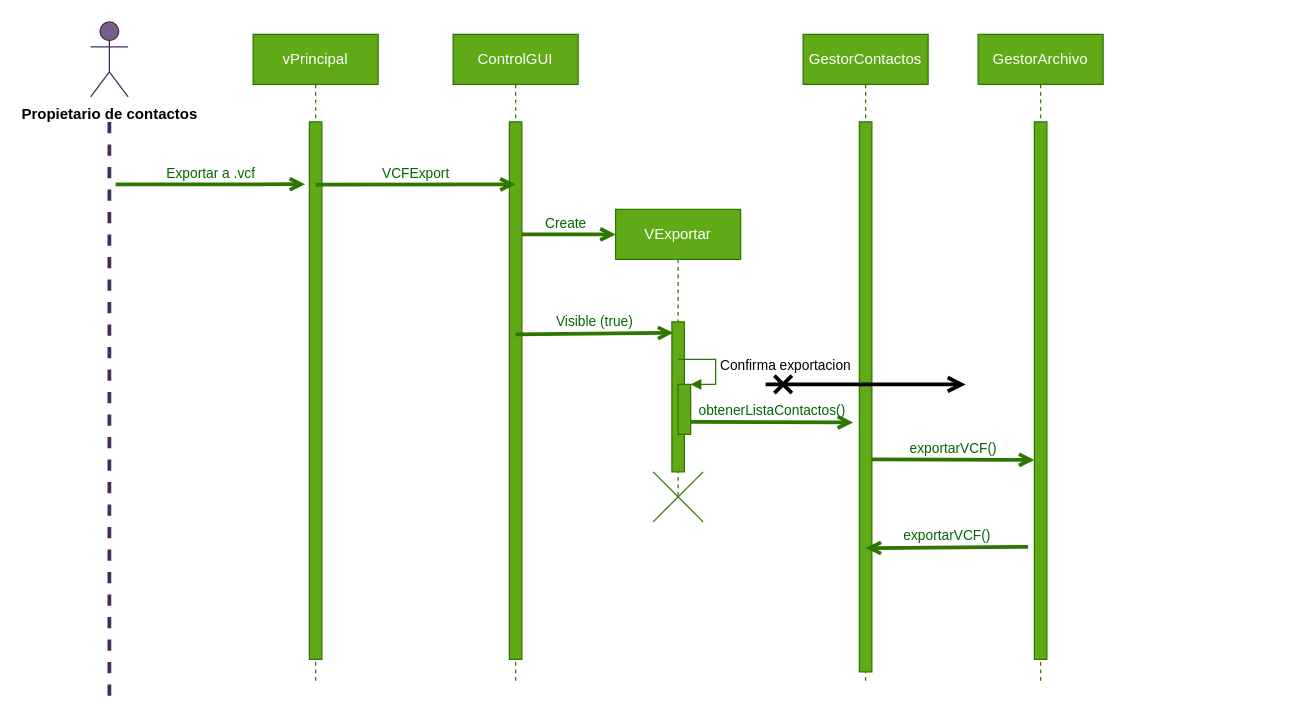
Earlier version of the draw.io diagram diagramas de secuencia/secuenciaC3.drawio (JuanCarlosGarciaZepeda/SmartScheduler). Source tidied: cells renumbered, new cells numbered last; positions are measured from the earlier drawing's top-left corner, leaving out a move shared by most shapes. Both pictures are drawn from the tidied source at 125%, with x=0, y=0 at pixel (90, 21).
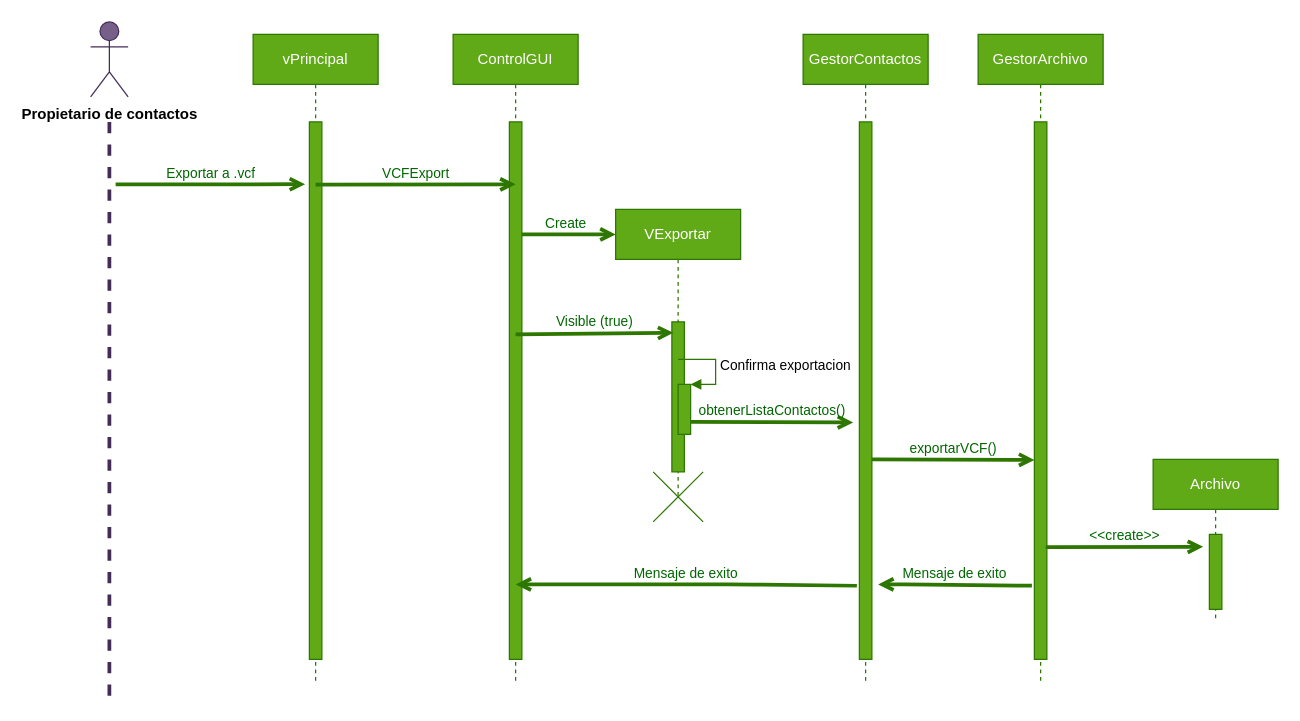
The same diagram, later.

Unchanged cells that the change refers to:
```xml
<mxCell id="17" value="GestorContactos" style="shape=umlLifeline;perimeter=lifelinePerimeter;whiteSpace=wrap;html=1;shadow=0;labelBackgroundColor=none;fontColor=#ffffff;fillColor=#60a917;strokeColor=#2D7600;" parent="1" vertex="1">
  <mxGeometry x="570" y="10" width="100" height="520" as="geometry" />
</mxCell>
<mxCell id="21" style="html=1;points=[];perimeter=orthogonalPerimeter;shadow=0;labelBackgroundColor=none;fontColor=#ffffff;fillColor=#60a917;strokeColor=#2D7600;" parent="20" vertex="1">
  <mxGeometry x="45" y="70" width="10" height="430" as="geometry" />
</mxCell>
```

What changed in the source:
```diff
@@
     <mxCell id="18" style="html=1;perimeter=orthogonalPerimeter;shadow=0;labelBackgroundColor=none;fontColor=#ffffff;fillColor=#60a917;strokeColor=#2D7600;" parent="17" vertex="1">
-      <mxGeometry x="45" y="70" width="10" height="440" as="geometry" />
+      <mxGeometry x="45" y="70" width="10" height="430" as="geometry" />
     </mxCell>
@@
-    <mxCell id="23" style="endArrow=open;startArrow=cross;endFill=0;startFill=0;endSize=8;startSize=10;html=1;shadow=0;labelBackgroundColor=#ffffff;fontColor=#000000;strokeWidth=3;" parent="1" edge="1">
-      <mxGeometry relative="1" as="geometry">
-        <mxPoint x="540" y="290" as="sourcePoint" />
-        <mxPoint x="700" y="290" as="targetPoint" />
-      </mxGeometry>
-    </mxCell>
-    <mxCell id="24" value="exportarVCF()" style="html=1;verticalAlign=bottom;labelBackgroundColor=none;endArrow=open;endFill=0;fontColor=#006600;strokeWidth=3;fillColor=#60a917;strokeColor=#2D7600;" parent="1" edge="1">
+    <mxCell id="24" value="&amp;lt;&amp;lt;create&amp;gt;&amp;gt;" style="html=1;verticalAlign=bottom;labelBackgroundColor=none;endArrow=open;endFill=0;fontColor=#006600;strokeWidth=3;fillColor=#60a917;strokeColor=#2D7600;exitX=0.908;exitY=0.791;exitDx=0;exitDy=0;exitPerimeter=0;" parent="1" edge="1" source="21">
       <mxGeometry relative="1" as="geometry">
-        <mxPoint x="750" y="420" as="sourcePoint" />
-        <mxPoint x="620" y="421" as="targetPoint" />
+        <mxPoint x="890" y="420" as="targetPoint" />
       </mxGeometry>
     </mxCell>
+    <mxCell id="25" value="Archivo" style="shape=umlLifeline;perimeter=lifelinePerimeter;whiteSpace=wrap;html=1;shadow=0;labelBackgroundColor=none;fontColor=#ffffff;fillColor=#60a917;strokeColor=#2D7600;" parent="1" vertex="1">
+      <mxGeometry x="850" y="350" width="100" height="130" as="geometry" />
+    </mxCell>
+    <mxCell id="26" style="html=1;perimeter=orthogonalPerimeter;shadow=0;labelBackgroundColor=none;fontColor=#ffffff;fillColor=#60a917;strokeColor=#2D7600;" parent="25" vertex="1">
+      <mxGeometry x="45" y="60" width="10" height="60" as="geometry" />
+    </mxCell>
+    <mxCell id="27" value="Mensaje de exito" style="html=1;verticalAlign=bottom;labelBackgroundColor=none;endArrow=open;endFill=0;fontColor=#006600;strokeWidth=3;fillColor=#60a917;strokeColor=#2D7600;exitX=-0.2;exitY=0.863;exitDx=0;exitDy=0;exitPerimeter=0;" parent="1" edge="1" source="21">
+      <mxGeometry relative="1" as="geometry">
+        <mxPoint x="630" y="450" as="targetPoint" />
+        <Array as="points">
+          <mxPoint x="660" y="450" />
+        </Array>
+      </mxGeometry>
+    </mxCell>
+    <mxCell id="28" value="Mensaje de exito" style="html=1;verticalAlign=bottom;labelBackgroundColor=none;endArrow=open;endFill=0;fontColor=#006600;strokeWidth=3;fillColor=#60a917;strokeColor=#2D7600;exitX=-0.2;exitY=0.863;exitDx=0;exitDy=0;exitPerimeter=0;" parent="1" edge="1">
+      <mxGeometry relative="1" as="geometry">
+        <mxPoint x="613" y="451.1" as="sourcePoint" />
+        <mxPoint x="340" y="450" as="targetPoint" />
+        <Array as="points">
+          <mxPoint x="520" y="450" />
+        </Array>
+      </mxGeometry>
+    </mxCell>
```
